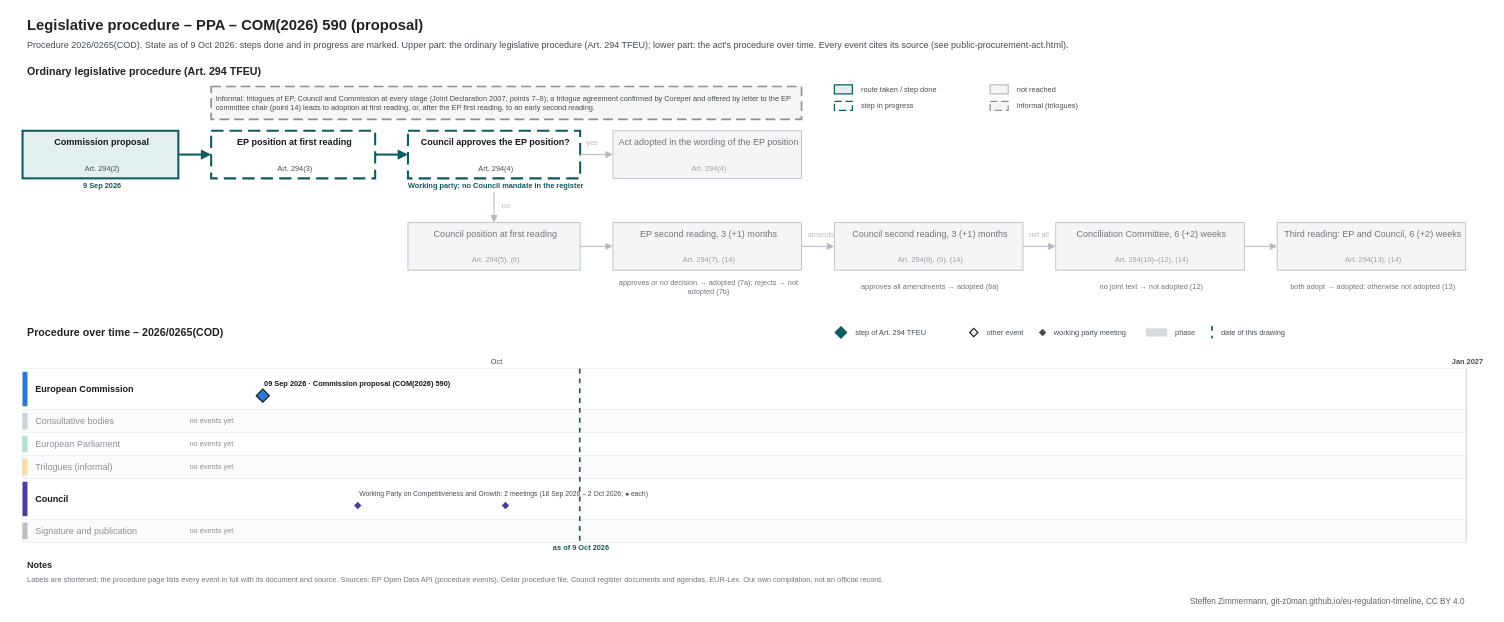
Above: procedures/public-procurement-act.drawio in git-z0man/eu-regulation-timeline (draw.io), before the change. Source tidied: cells renumbered, new cells numbered last; positions are measured from the earlier drawing's top-left corner, leaving out a move shared by most shapes. Both pictures are drawn from the tidied source at 82%, with x=0, y=0 at pixel (14, 14).
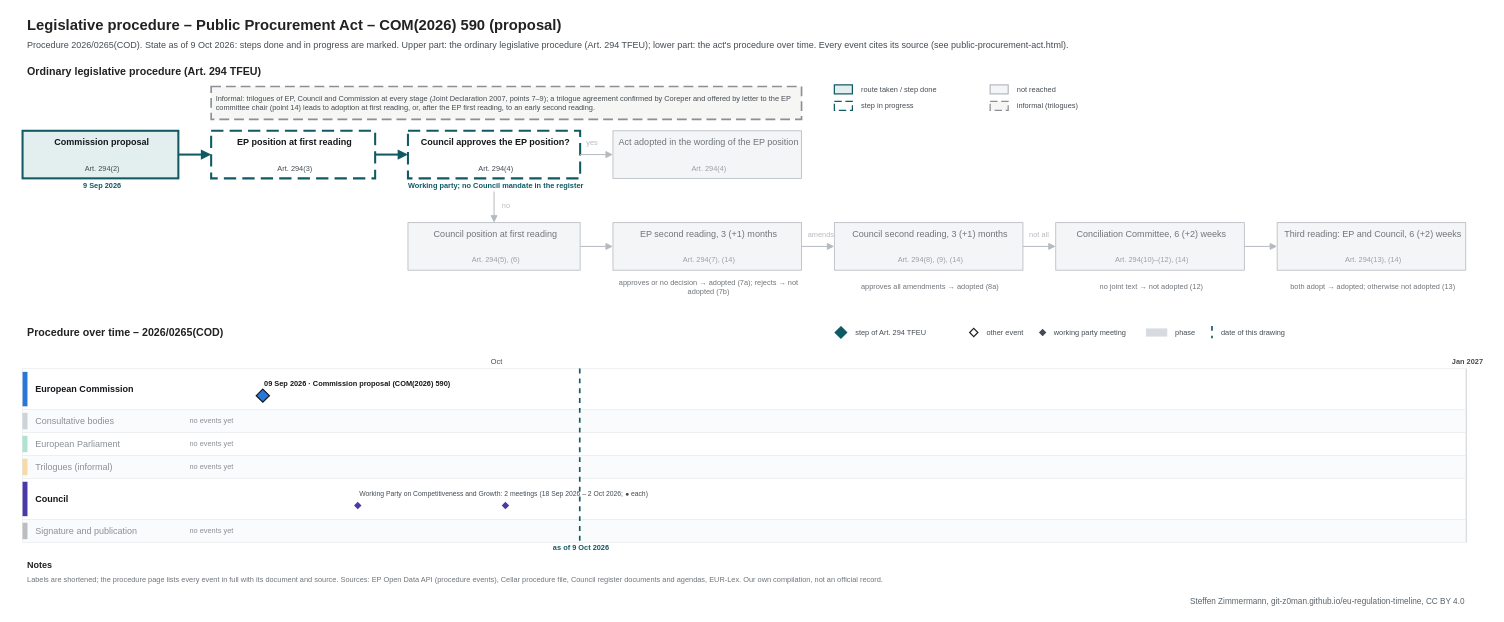
The same diagram, later.

What changed in the source:
```diff
@@
-    <mxCell id="2" value="Legislative procedure – PPA – COM(2026) 590 (proposal)" style="text;html=1;fontSize=18;fontColor=#222222;align=left;verticalAlign=middle;spacingLeft=4;fontStyle=1;" parent="1" vertex="1">
+    <mxCell id="2" value="Legislative procedure – Public Procurement Act – COM(2026) 590 (proposal)" style="text;html=1;fontSize=18;fontColor=#222222;align=left;verticalAlign=middle;spacingLeft=4;fontStyle=1;" parent="1" vertex="1">
       <mxGeometry x="10" width="1600" height="28" as="geometry" />
     </mxCell>
```
